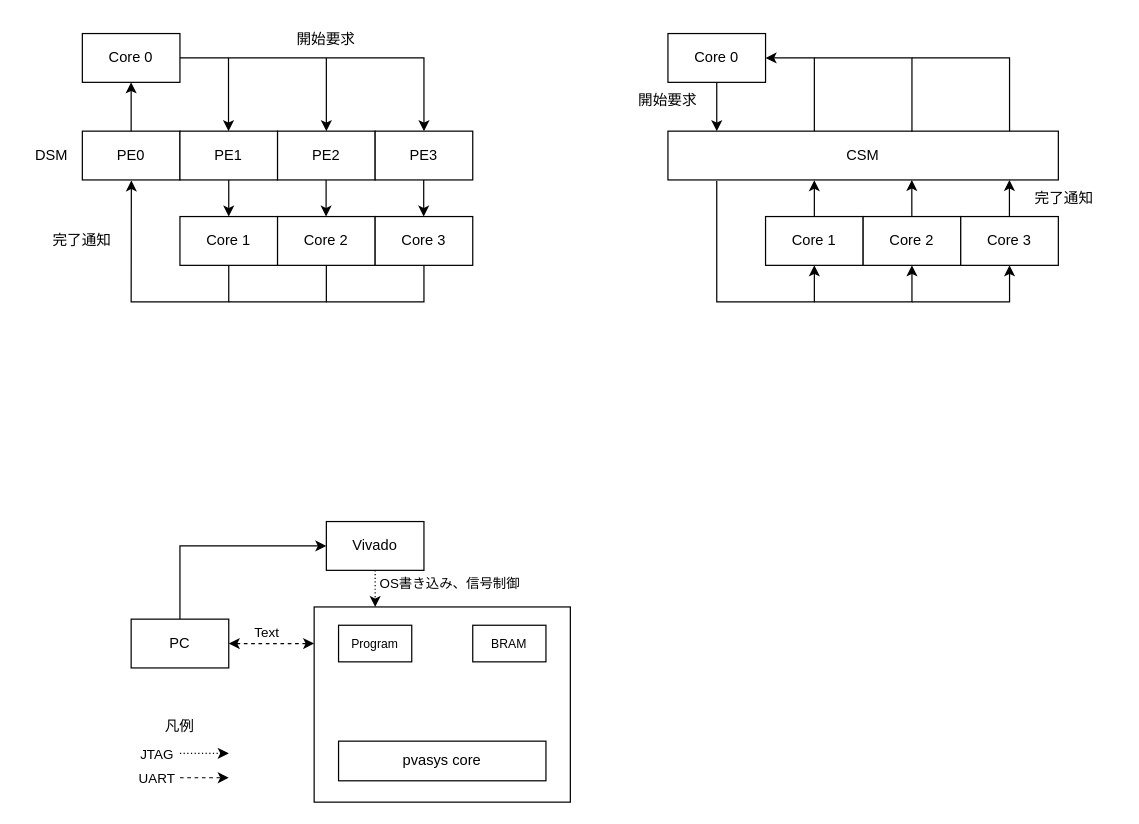
Above: マルチコア同期.drawio in 21km43/drawio (draw.io), before the change. Source tidied: cells renumbered, new cells numbered last; positions are measured from the earlier drawing's top-left corner, leaving out a move shared by most shapes. Both pictures are drawn from the tidied source at 122%, with x=0, y=0 at pixel (21, 21).
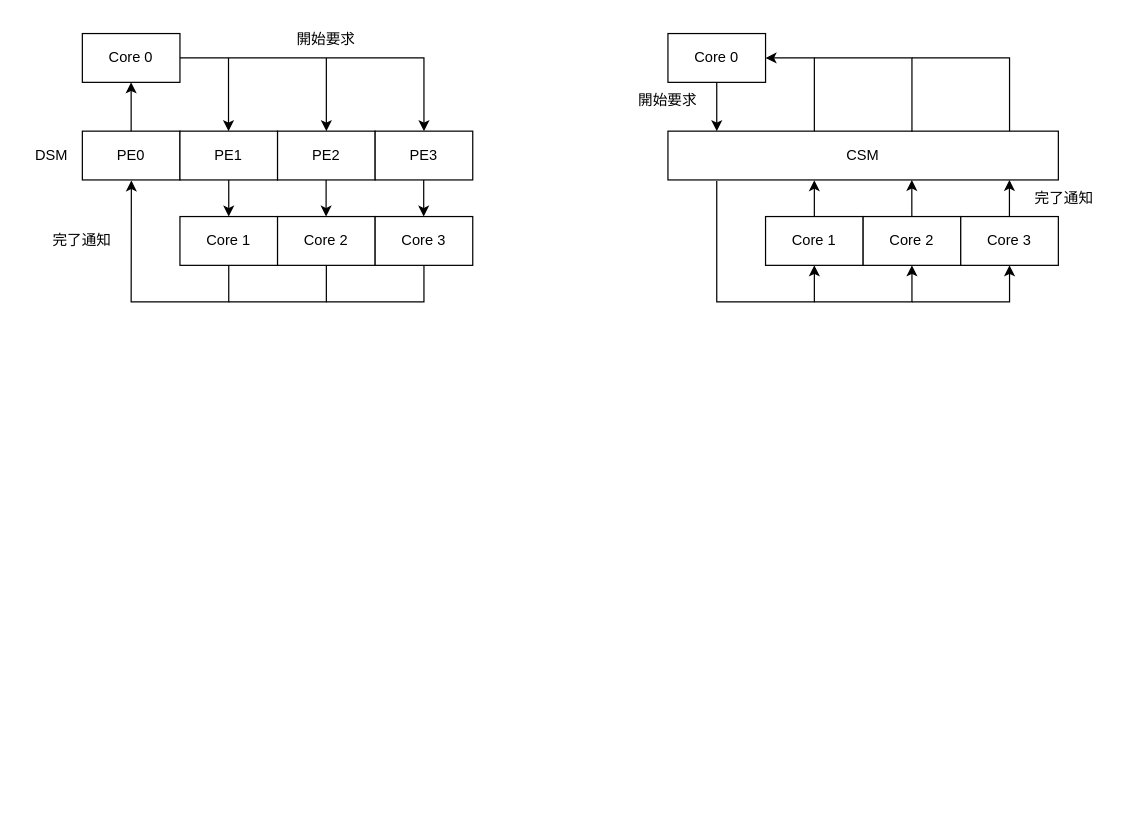
After the change.

Commit message:
マルチコア同期.drawio を更新します

The edit, as a diff of the source:
```diff
@@
-    <mxCell id="2" style="rounded=0;whiteSpace=wrap;html=1;labelPosition=right;verticalLabelPosition=bottom;align=left;verticalAlign=top;fontStyle=0;horizontal=1;" parent="1" vertex="1">
-      <mxGeometry x="240" y="480" width="210" height="160" as="geometry" />
-    </mxCell>
@@
-    <mxCell id="41" style="edgeStyle=orthogonalEdgeStyle;rounded=0;jettySize=auto;html=1;exitX=0.5;exitY=1;exitDx=0;exitDy=0;curved=0;dashed=1;dashPattern=1 2;" parent="1" edge="1" source="43">
-      <mxGeometry relative="1" as="geometry">
-        <mxPoint x="290" y="480" as="targetPoint" />
-        <Array as="points">
-          <mxPoint x="290" y="470" />
-          <mxPoint x="290" y="470" />
-        </Array>
-      </mxGeometry>
-    </mxCell>
-    <mxCell id="42" value="OS書き込み、信号制御" style="edgeLabel;html=1;align=center;verticalAlign=middle;" parent="41" vertex="1">
-      <mxGeometry x="-0.52" y="1" relative="1" as="geometry">
-        <mxPoint x="59" y="3" as="offset" />
-      </mxGeometry>
-    </mxCell>
-    <mxCell id="43" value="Vivado" style="rounded=0;whiteSpace=wrap;html=1;" parent="1" vertex="1">
-      <mxGeometry x="250" y="410" width="80" height="40" as="geometry" />
-    </mxCell>
-    <mxCell id="44" style="edgeStyle=orthogonalEdgeStyle;rounded=0;jettySize=auto;html=1;exitX=0.5;exitY=0;exitDx=0;exitDy=0;entryX=0;entryY=0.5;entryDx=0;entryDy=0;" parent="1" edge="1" source="45" target="43">
-      <mxGeometry relative="1" as="geometry" />
-    </mxCell>
-    <mxCell id="45" value="PC" style="rounded=0;whiteSpace=wrap;html=1;" parent="1" vertex="1">
-      <mxGeometry x="90" y="490" width="80" height="40" as="geometry" />
-    </mxCell>
-    <mxCell id="46" value="&lt;font style=&quot;font-size: 10px;&quot;&gt;BRAM&lt;/font&gt;" style="rounded=0;whiteSpace=wrap;html=1;" parent="1" vertex="1">
-      <mxGeometry x="370" y="495" width="60" height="30" as="geometry" />
-    </mxCell>
-    <mxCell id="47" style="endArrow=classic;html=1;rounded=0;dashed=1;dashPattern=1 2;" parent="1" edge="1">
-      <mxGeometry relative="1" as="geometry">
-        <mxPoint x="130" y="600" as="sourcePoint" />
-        <mxPoint x="170" y="600" as="targetPoint" />
-      </mxGeometry>
-    </mxCell>
-    <mxCell id="48" value="JTAG" style="edgeLabel;html=1;align=center;verticalAlign=middle;" parent="47" vertex="1">
-      <mxGeometry x="0.36" y="-1" relative="1" as="geometry">
-        <mxPoint x="-47" y="-1" as="offset" />
-      </mxGeometry>
-    </mxCell>
-    <mxCell id="49" value="凡例" style="text;strokeColor=none;align=center;fillColor=none;html=1;verticalAlign=middle;whiteSpace=wrap;rounded=0;" parent="1" vertex="1">
-      <mxGeometry x="115" y="570" width="30" height="15" as="geometry" />
-    </mxCell>
-    <mxCell id="50" style="endArrow=classic;html=1;rounded=0;dashed=1;" parent="1" edge="1">
-      <mxGeometry relative="1" as="geometry">
-        <mxPoint x="130" y="620" as="sourcePoint" />
-        <mxPoint x="170" y="620" as="targetPoint" />
-      </mxGeometry>
-    </mxCell>
-    <mxCell id="51" value="&lt;div&gt;UART&lt;/div&gt;" style="edgeLabel;html=1;align=center;verticalAlign=middle;" parent="50" vertex="1">
-      <mxGeometry x="-0.03" y="-1" relative="1" as="geometry">
-        <mxPoint x="-39" y="-1" as="offset" />
-      </mxGeometry>
-    </mxCell>
-    <mxCell id="52" value="pvasys core" style="rounded=0;whiteSpace=wrap;html=1;" parent="1" vertex="1">
-      <mxGeometry x="260" y="590" width="170" height="32.5" as="geometry" />
-    </mxCell>
-    <mxCell id="53" style="endArrow=classic;startArrow=classic;html=1;rounded=0;exitX=1;exitY=0.5;exitDx=0;exitDy=0;dashed=1;" parent="1" edge="1" source="45">
-      <mxGeometry relative="1" as="geometry">
-        <mxPoint x="240" y="510" as="targetPoint" />
-      </mxGeometry>
-    </mxCell>
-    <mxCell id="54" value="Text" style="edgeLabel;html=1;align=center;verticalAlign=middle;" parent="53" vertex="1">
-      <mxGeometry x="0.05" relative="1" as="geometry">
-        <mxPoint x="-7" y="-10" as="offset" />
-      </mxGeometry>
-    </mxCell>
-    <mxCell id="55" value="&lt;font size=&quot;1&quot;&gt;Program&lt;/font&gt;" style="rounded=0;whiteSpace=wrap;html=1;" parent="1" vertex="1">
-      <mxGeometry x="260" y="495" width="60" height="30" as="geometry" />
-    </mxCell>
```
